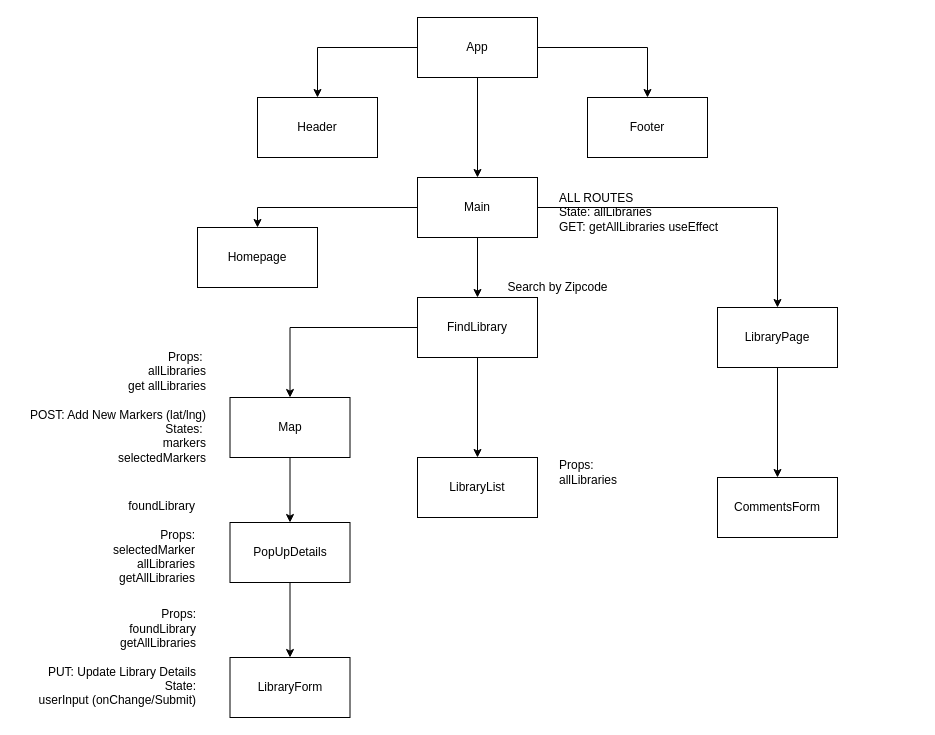
Earlier version of the draw.io diagram planning/wireframes/LibreLibro Components.drawio (tashi-ono/libre_libro_client). Source tidied: cells renumbered, new cells numbered last; positions are measured from the earlier drawing's top-left corner, leaving out a move shared by most shapes. Both pictures are drawn from the tidied source at 100%, with x=0, y=0 at pixel (17, 17).
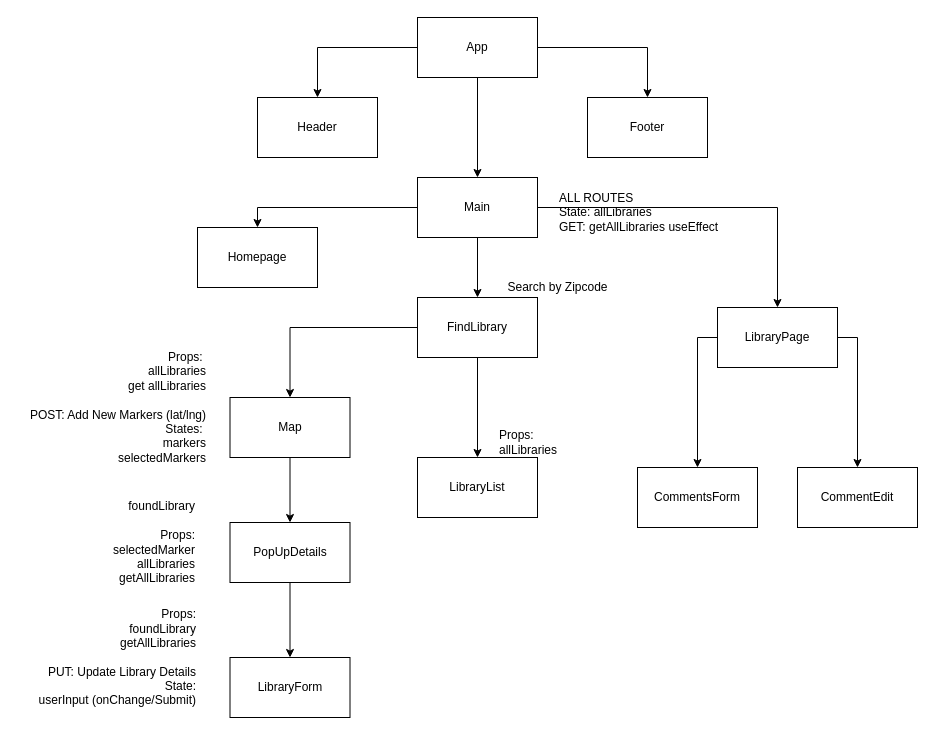
The same diagram, later.

The change refers to these unchanged cells:
```xml
<mxCell id="29" value="LibraryPage" style="rounded=0;whiteSpace=wrap;html=1;" parent="1" vertex="1">
  <mxGeometry x="700" y="290" width="120" height="60" as="geometry" />
</mxCell>
```

The edit, as a diff of the source:
```diff
@@
     <mxCell id="25" value="Props:&lt;br&gt;allLibraries" style="text;html=1;align=left;verticalAlign=middle;" parent="1" vertex="1">
-      <mxGeometry x="540" y="440" width="70" height="30" as="geometry" />
+      <mxGeometry x="480" y="410" width="70" height="30" as="geometry" />
     </mxCell>
@@
-    <mxCell id="28" style="edgeStyle=orthogonalEdgeStyle;rounded=0;jettySize=auto;html=1;" parent="1" edge="1" source="29" target="30">
+    <mxCell id="28" style="edgeStyle=orthogonalEdgeStyle;rounded=0;jettySize=auto;html=1;exitX=0;exitY=0.5;exitDx=0;exitDy=0;" parent="1" edge="1" source="29" target="30">
       <mxGeometry relative="1" as="geometry" />
     </mxCell>
@@
+    <mxCell id="31" style="edgeStyle=orthogonalEdgeStyle;rounded=0;jettySize=auto;html=1;exitX=1;exitY=0.5;exitDx=0;exitDy=0;" parent="1" edge="1" source="29" target="32">
+      <mxGeometry relative="1" as="geometry" />
+    </mxCell>
     <mxCell id="30" value="CommentsForm" style="rounded=0;whiteSpace=wrap;html=1;" parent="1" vertex="1">
-      <mxGeometry x="700" y="460" width="120" height="60" as="geometry" />
+      <mxGeometry x="620" y="450" width="120" height="60" as="geometry" />
     </mxCell>
+    <mxCell id="32" value="CommentEdit" style="rounded=0;whiteSpace=wrap;html=1;" parent="1" vertex="1">
+      <mxGeometry x="780" y="450" width="120" height="60" as="geometry" />
+    </mxCell>
```
